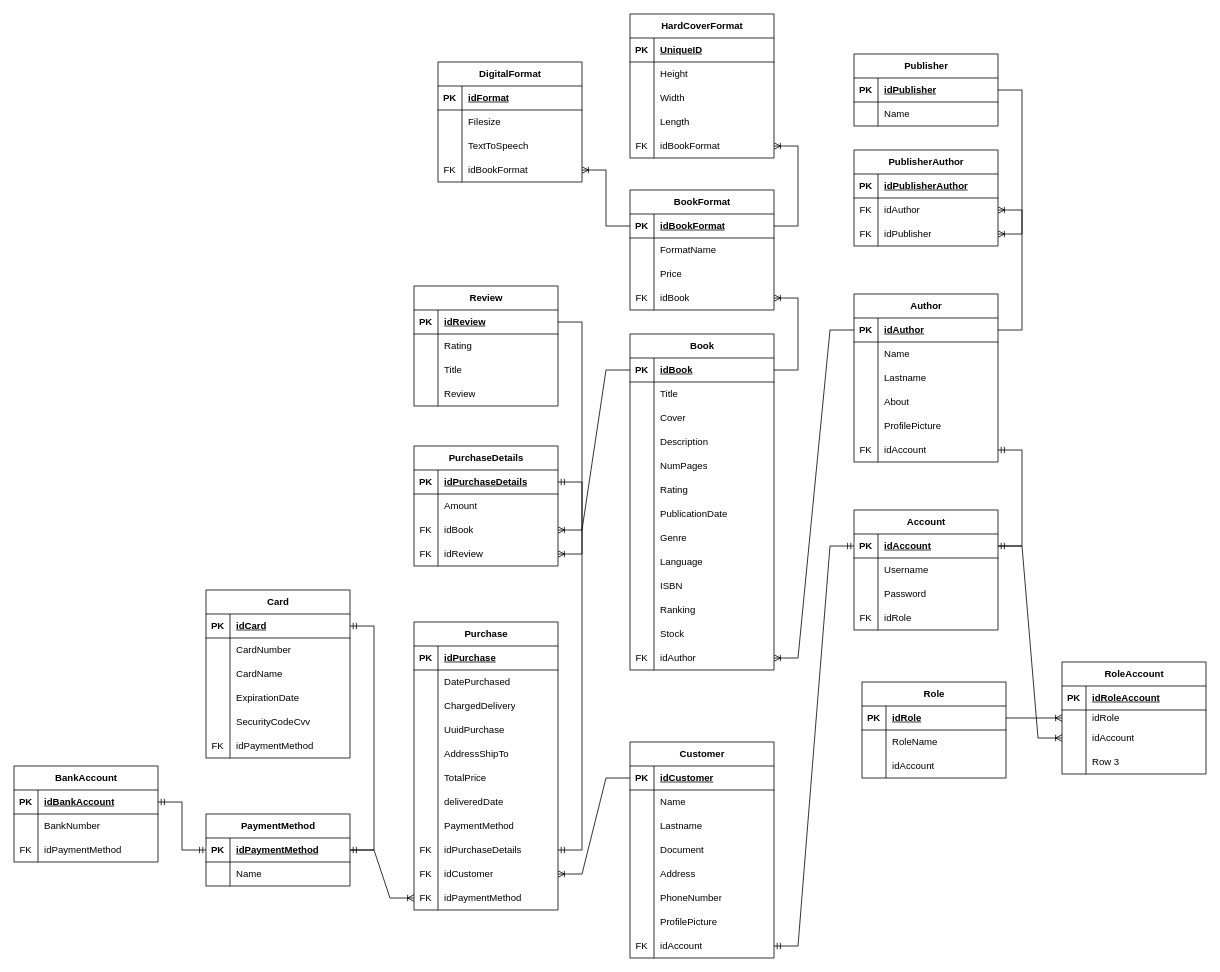
The draw.io diagram docs/diagrams/bookStoreEntityRelation.drawio in josueBarretogit/goApiBookstore, before the edit. Source tidied: cells renumbered, new cells numbered last; positions are measured from the earlier drawing's top-left corner, leaving out a move shared by most shapes. Both pictures are drawn from the tidied source at 80%, with x=0, y=0 at pixel (14, 14).
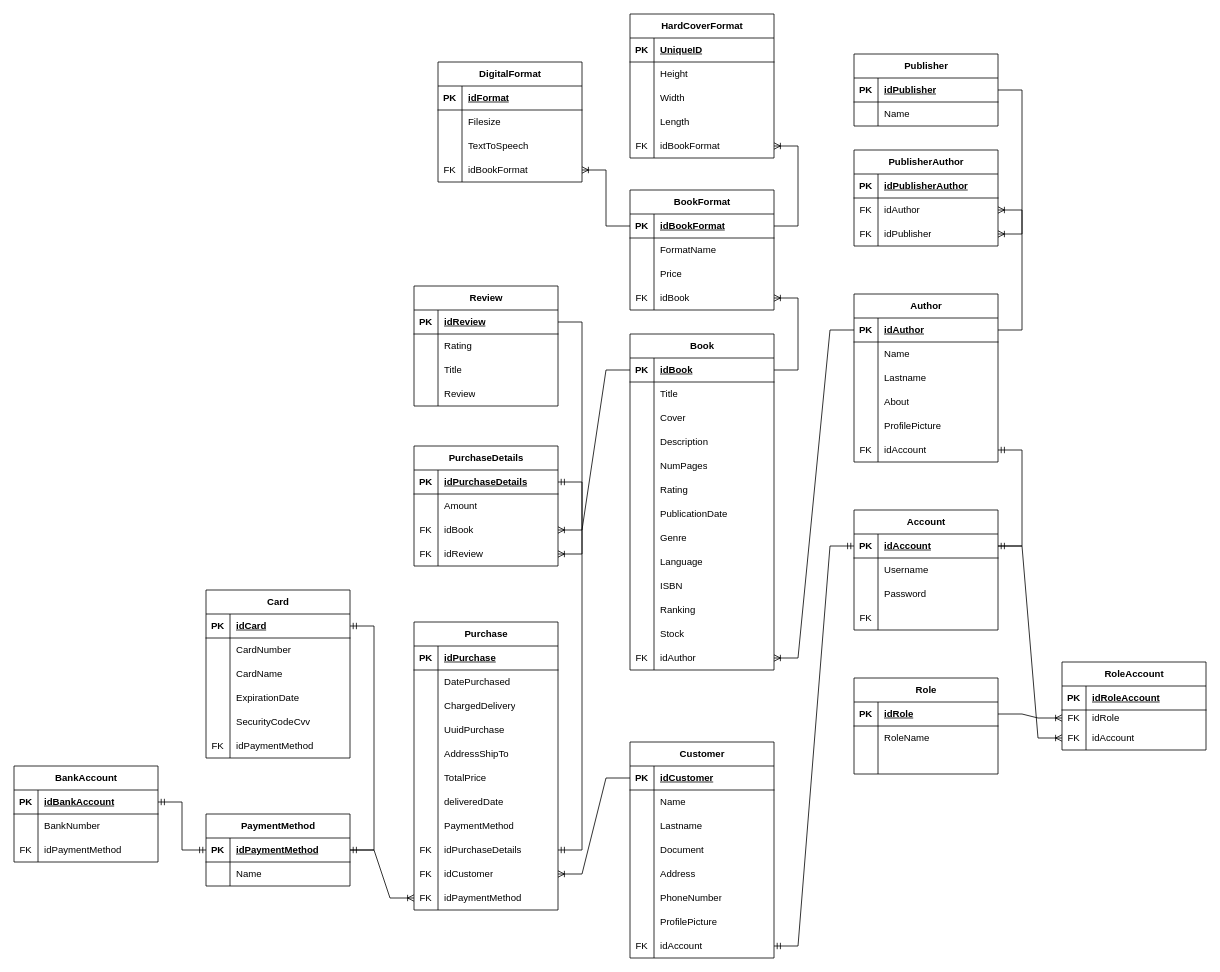
Above is the later version.

Unchanged cells that the change refers to:
```xml
<mxCell id="52" style="shape=tableRow;horizontal=0;startSize=0;swimlaneHead=0;swimlaneBody=0;fillColor=none;top=0;left=0;right=0;bottom=0;" parent="42" vertex="1">
  <mxGeometry y="120" width="180" height="30" as="geometry" />
</mxCell>
<mxCell id="82" style="shape=tableRow;horizontal=0;startSize=0;swimlaneHead=0;swimlaneBody=0;fillColor=none;top=0;left=0;right=0;bottom=0;" parent="75" vertex="1">
  <mxGeometry y="90" width="180" height="30" as="geometry" />
</mxCell>
<mxCell id="283" style="shape=tableRow;horizontal=0;startSize=0;swimlaneHead=0;swimlaneBody=0;fillColor=none;points=[[0,0.5],[1,0.5]];portConstraint=eastwest;top=0;left=0;right=0;bottom=0;" parent="279" vertex="1">
  <mxGeometry y="60" width="180" height="20" as="geometry" />
</mxCell>
<mxCell id="286" style="shape=tableRow;horizontal=0;startSize=0;swimlaneHead=0;swimlaneBody=0;fillColor=none;points=[[0,0.5],[1,0.5]];portConstraint=eastwest;top=0;left=0;right=0;bottom=0;" parent="279" vertex="1">
  <mxGeometry y="80" width="180" height="30" as="geometry" />
</mxCell>
```

Diff of the diagram source:
```diff
@@
-    <mxCell id="54" value="idRole" style="shape=partialRectangle;fillColor=none;top=0;left=0;bottom=0;right=0;align=left;spacingLeft=6;overflow=hidden;whiteSpace=wrap;html=1;" parent="52" vertex="1">
+    <mxCell id="54" style="shape=partialRectangle;fillColor=none;top=0;left=0;bottom=0;right=0;align=left;spacingLeft=6;overflow=hidden;whiteSpace=wrap;html=1;" parent="52" vertex="1">
       <mxGeometry x="30" width="150" height="30" as="geometry" />
     </mxCell>
@@
     <mxCell id="75" value="Role" style="shape=table;startSize=30;childLayout=tableLayout;rowLines=0;fontStyle=1;align=center;html=1;" parent="1" vertex="1">
-      <mxGeometry x="1060" y="835" width="180" height="120" as="geometry" />
+      <mxGeometry x="1050" y="830" width="180" height="120" as="geometry" />
     </mxCell>
@@
-    <mxCell id="84" value="idAccount" style="shape=partialRectangle;fillColor=none;top=0;left=0;bottom=0;right=0;align=left;spacingLeft=6;overflow=hidden;whiteSpace=wrap;html=1;" parent="82" vertex="1">
+    <mxCell id="84" style="shape=partialRectangle;fillColor=none;top=0;left=0;bottom=0;right=0;align=left;spacingLeft=6;overflow=hidden;whiteSpace=wrap;html=1;" parent="82" vertex="1">
       <mxGeometry x="30" width="150" height="30" as="geometry" />
     </mxCell>
@@
     <mxCell id="279" value="RoleAccount" style="shape=table;startSize=30;childLayout=tableLayout;rowLines=0;fontStyle=1;align=center;html=1;" parent="1" vertex="1">
-      <mxGeometry x="1310" y="810" width="180" height="140" as="geometry" />
+      <mxGeometry x="1310" y="810" width="180" height="110" as="geometry" />
     </mxCell>
@@
-    <mxCell id="284" style="shape=partialRectangle;fillColor=none;top=0;left=0;bottom=0;right=0;overflow=hidden;whiteSpace=wrap;html=1;" parent="283" vertex="1">
+    <mxCell id="284" value="FK" style="shape=partialRectangle;fillColor=none;top=0;left=0;bottom=0;right=0;overflow=hidden;whiteSpace=wrap;html=1;" parent="283" vertex="1">
       <mxGeometry width="30" height="20" as="geometry" />
     </mxCell>
@@
-    <mxCell id="287" style="shape=partialRectangle;fillColor=none;top=0;left=0;bottom=0;right=0;overflow=hidden;whiteSpace=wrap;html=1;" parent="286" vertex="1">
+    <mxCell id="287" value="FK" style="shape=partialRectangle;fillColor=none;top=0;left=0;bottom=0;right=0;overflow=hidden;whiteSpace=wrap;html=1;" parent="286" vertex="1">
       <mxGeometry width="30" height="30" as="geometry" />
     </mxCell>
@@
-    <mxCell id="289" style="shape=tableRow;horizontal=0;startSize=0;swimlaneHead=0;swimlaneBody=0;fillColor=none;top=0;left=0;right=0;bottom=0;" parent="279" vertex="1">
-      <mxGeometry y="110" width="180" height="30" as="geometry" />
-    </mxCell>
-    <mxCell id="290" style="shape=partialRectangle;fillColor=none;top=0;left=0;bottom=0;right=0;overflow=hidden;whiteSpace=wrap;html=1;" parent="289" vertex="1">
-      <mxGeometry width="30" height="30" as="geometry" />
-    </mxCell>
-    <mxCell id="291" value="Row 3" style="shape=partialRectangle;fillColor=none;top=0;left=0;bottom=0;right=0;align=left;spacingLeft=6;overflow=hidden;whiteSpace=wrap;html=1;" parent="289" vertex="1">
-      <mxGeometry x="30" width="150" height="30" as="geometry" />
-    </mxCell>
```
